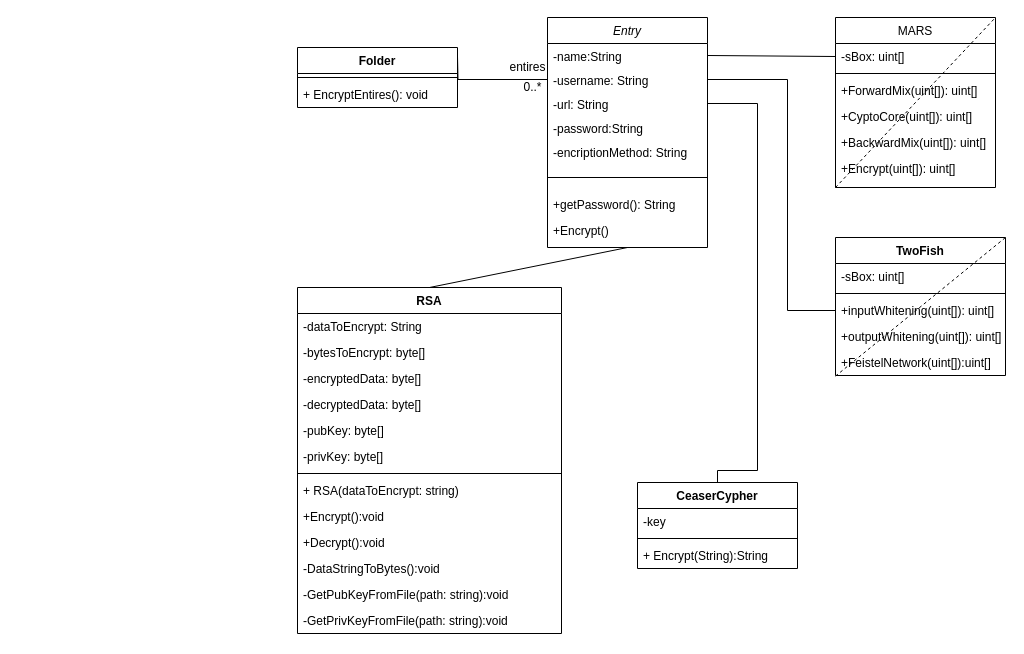
This is ClassDiagram.drawio from Masi1155/PasswordManager, a draw.io file, before an edit. Source tidied: cells renumbered, new cells numbered last; positions are measured from the earlier drawing's top-left corner, leaving out a move shared by most shapes. Both pictures are drawn from the tidied source at 100%, with x=0, y=0 at pixel (297, 17).
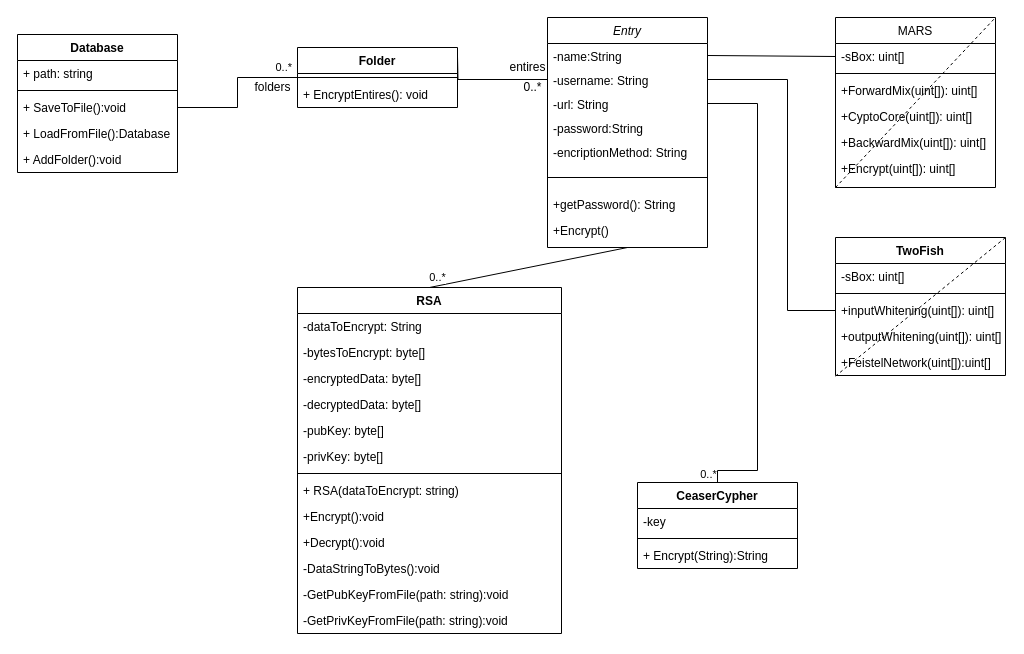
The same diagram, later.

Unchanged cells that the change refers to:
```xml
<mxCell id="31" style="endArrow=none;html=1;edgeStyle=orthogonalEdgeStyle;rounded=0;exitX=1;exitY=0.5;exitDx=0;exitDy=0;entryX=0.5;entryY=0;entryDx=0;entryDy=0;" parent="1" edge="1" source="5" target="25">
  <mxGeometry relative="1" as="geometry">
    <Array as="points">
      <mxPoint x="460" y="86" />
      <mxPoint x="460" y="453" />
      <mxPoint x="420" y="453" />
    </Array>
  </mxGeometry>
</mxCell>
<mxCell id="47" style="endArrow=none;html=1;rounded=0;entryX=0.5;entryY=1;entryDx=0;entryDy=0;exitX=0.5;exitY=0;exitDx=0;exitDy=0;" parent="1" edge="1" source="33" target="2">
  <mxGeometry relative="1" as="geometry" />
</mxCell>
<mxCell id="48" value="Folder" style="swimlane;fontStyle=1;align=center;verticalAlign=top;horizontal=1;startSize=26;" parent="1" vertex="1">
  <mxGeometry y="30" width="160" height="60" as="geometry" />
</mxCell>
```

What changed in the source:
```diff
@@
+    <mxCell id="54" value="0..*" style="edgeLabel;html=1;align=center;verticalAlign=middle;" parent="31" vertex="1">
+      <mxGeometry x="0.92" y="1" relative="1" as="geometry">
+        <mxPoint x="-17" y="2" as="offset" />
+      </mxGeometry>
+    </mxCell>
@@
+    <mxCell id="55" value="0..*" style="edgeLabel;html=1;align=center;verticalAlign=middle;" parent="47" vertex="1">
+      <mxGeometry x="-0.75" y="-1" relative="1" as="geometry">
+        <mxPoint x="-17" y="-7" as="offset" />
+      </mxGeometry>
+    </mxCell>
@@
+    <mxCell id="56" value="Database" style="swimlane;fontStyle=1;align=center;verticalAlign=top;horizontal=1;startSize=26;" parent="1" vertex="1">
+      <mxGeometry x="-280" y="17" width="160" height="138" as="geometry" />
+    </mxCell>
+    <mxCell id="57" value="+ path: string" style="text;strokeColor=none;fillColor=none;align=left;verticalAlign=top;spacingLeft=4;spacingRight=4;overflow=hidden;" parent="56" vertex="1">
+      <mxGeometry y="26" width="160" height="26" as="geometry" />
+    </mxCell>
+    <mxCell id="58" style="line;strokeWidth=1;fillColor=none;align=left;verticalAlign=middle;spacingTop=-1;spacingLeft=3;spacingRight=3;labelPosition=right;" parent="56" vertex="1">
+      <mxGeometry y="52" width="160" height="8" as="geometry" />
+    </mxCell>
+    <mxCell id="59" value="+ SaveToFile():void" style="text;strokeColor=none;fillColor=none;align=left;verticalAlign=top;spacingLeft=4;spacingRight=4;overflow=hidden;points=[[0,0.5],[1,0.5]];portConstraint=eastwest;" parent="56" vertex="1">
+      <mxGeometry y="60" width="160" height="26" as="geometry" />
+    </mxCell>
+    <mxCell id="60" value="+ LoadFromFile():Database" style="text;strokeColor=none;fillColor=none;align=left;verticalAlign=top;spacingLeft=4;spacingRight=4;overflow=hidden;" parent="56" vertex="1">
+      <mxGeometry y="86" width="160" height="26" as="geometry" />
+    </mxCell>
+    <mxCell id="61" value="+ AddFolder():void" style="text;strokeColor=none;fillColor=none;align=left;verticalAlign=top;spacingLeft=4;spacingRight=4;overflow=hidden;" parent="56" vertex="1">
+      <mxGeometry y="112" width="160" height="26" as="geometry" />
+    </mxCell>
+    <mxCell id="62" style="endArrow=none;html=1;edgeStyle=orthogonalEdgeStyle;rounded=0;exitX=1;exitY=0.5;exitDx=0;exitDy=0;entryX=0;entryY=0.5;entryDx=0;entryDy=0;" parent="1" edge="1" source="59" target="48">
+      <mxGeometry relative="1" as="geometry" />
+    </mxCell>
+    <mxCell id="63" value="0..*" style="edgeLabel;html=1;align=right;verticalAlign=bottom;" parent="62" vertex="1">
+      <mxGeometry x="1" relative="1" as="geometry">
+        <mxPoint x="-5" y="-2" as="offset" />
+      </mxGeometry>
+    </mxCell>
+    <mxCell id="64" value="folders" style="text;html=1;align=center;verticalAlign=middle;strokeColor=none;fillColor=none;" parent="1" vertex="1">
+      <mxGeometry x="-50" y="60" width="50" height="20" as="geometry" />
+    </mxCell>
```
